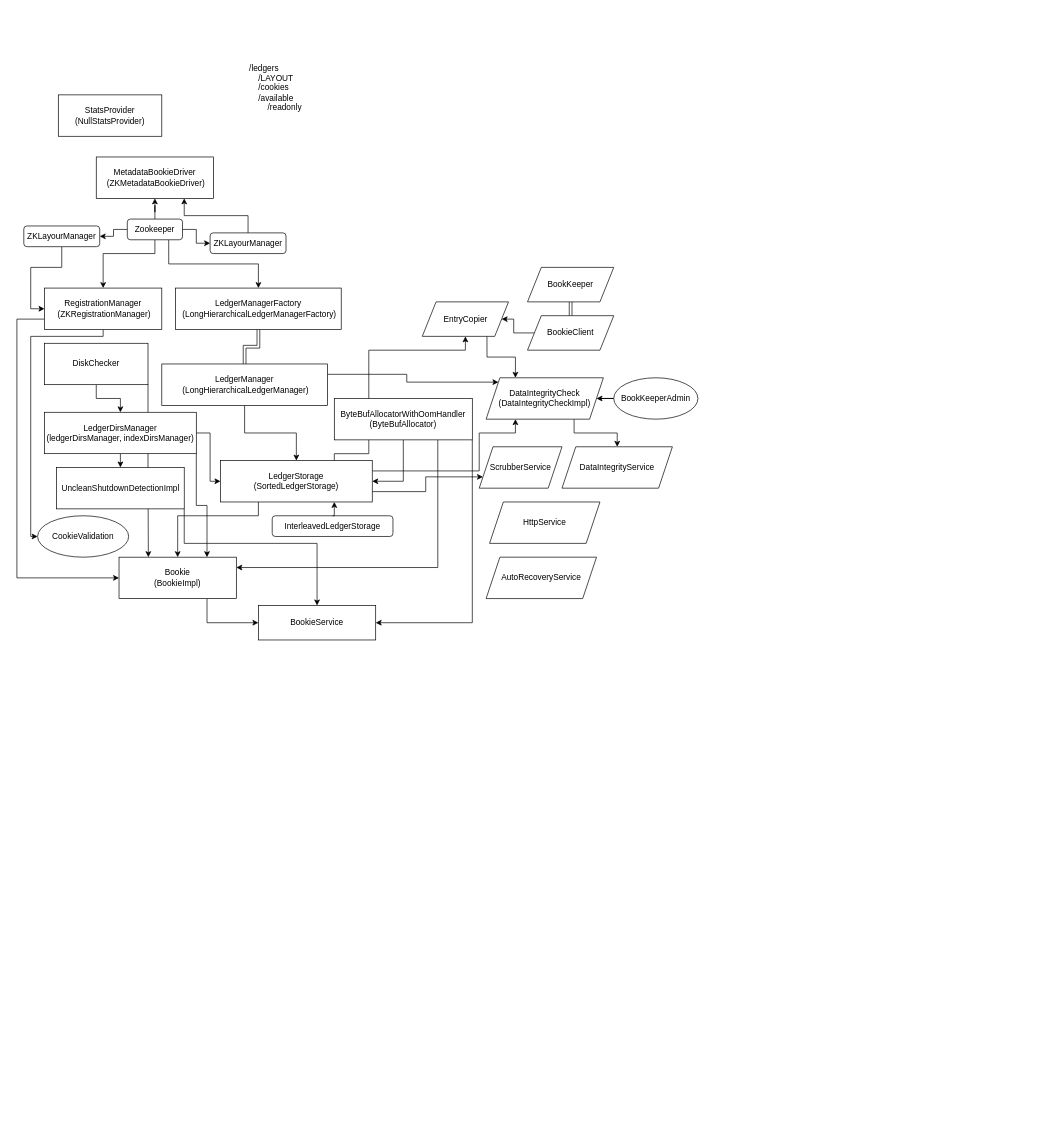
Above: BookieServer.drawio in Reidddddd/drawing (draw.io), before the change. Source tidied: cells renumbered, new cells numbered last; positions are measured from the earlier drawing's top-left corner, leaving out a move shared by most shapes. Both pictures are drawn from the tidied source at 69%, with x=0, y=0 at pixel (17, 12).
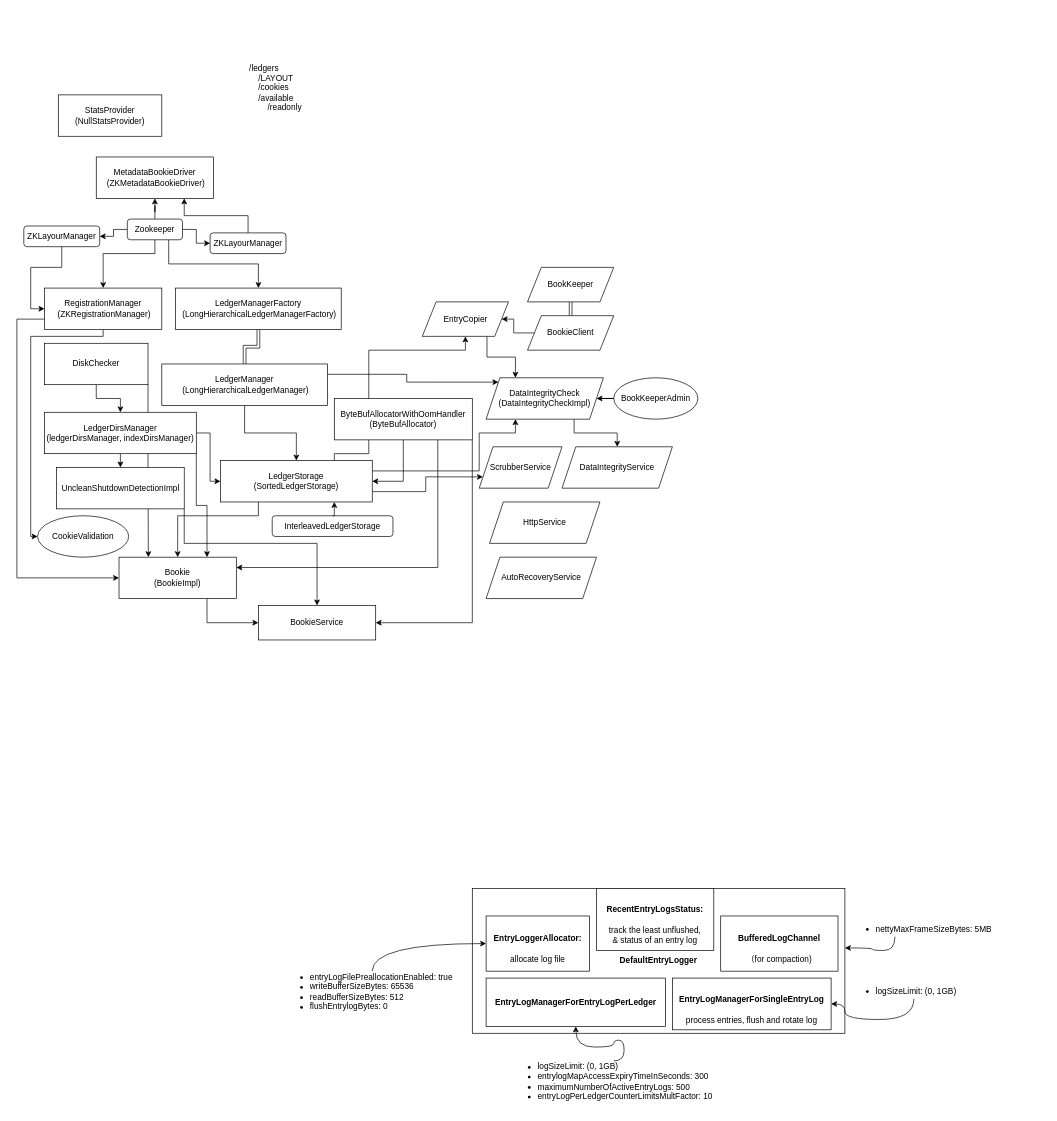
After the change.

Commit message:
Details of DefaultEntryLogger

Change to the diagram source:
```diff
@@
+    <mxCell id="61" value="&lt;h4&gt;DefaultEntryLogger&lt;/h4&gt;" style="rounded=0;whiteSpace=wrap;html=1;" parent="1" vertex="1">
+      <mxGeometry x="660" y="1270" width="540" height="210" as="geometry" />
+    </mxCell>
@@
+    <mxCell id="62" value="&lt;h4&gt;EntryLoggerAllocator:&lt;/h4&gt;allocate log file" style="rounded=0;whiteSpace=wrap;html=1;" parent="1" vertex="1">
+      <mxGeometry x="680" y="1310" width="150" height="80" as="geometry" />
+    </mxCell>
+    <mxCell id="63" style="edgeStyle=orthogonalEdgeStyle;rounded=0;jettySize=auto;html=1;exitX=0.5;exitY=0;exitDx=0;exitDy=0;entryX=0;entryY=0.5;entryDx=0;entryDy=0;curved=1;" parent="1" edge="1" source="64" target="62">
+      <mxGeometry relative="1" as="geometry" />
+    </mxCell>
+    <mxCell id="64" value="&lt;ul style=&quot;border-color: var(--border-color);&quot;&gt;&lt;li style=&quot;border-color: var(--border-color);&quot;&gt;entryLogFilePreallocationEnabled: true&lt;/li&gt;&lt;li style=&quot;border-color: var(--border-color);&quot;&gt;&lt;span style=&quot;border-color: var(--border-color); background-color: initial;&quot;&gt;writeBufferSizeBytes: 65536&lt;/span&gt;&lt;/li&gt;&lt;li style=&quot;border-color: var(--border-color);&quot;&gt;&lt;span style=&quot;border-color: var(--border-color); background-color: initial;&quot;&gt;readBufferSizeBytes: 512&lt;/span&gt;&lt;/li&gt;&lt;li style=&quot;border-color: var(--border-color);&quot;&gt;&lt;span style=&quot;border-color: var(--border-color); background-color: initial;&quot;&gt;flushEntrylogBytes: 0&lt;br&gt;&lt;/span&gt;&lt;/li&gt;&lt;/ul&gt;" style="text;html=1;strokeColor=none;fillColor=none;spacing=5;spacingTop=-20;whiteSpace=wrap;overflow=hidden;rounded=0;" parent="1" vertex="1">
+      <mxGeometry x="380" y="1390" width="270" height="60" as="geometry" />
+    </mxCell>
+    <mxCell id="65" value="&lt;h4 style=&quot;text-align: left;&quot;&gt;RecentEntryLogsStatus:&lt;/h4&gt;track the least unflushed,&lt;br&gt;&amp;amp; status of an entry log" style="rounded=0;whiteSpace=wrap;html=1;" parent="1" vertex="1">
+      <mxGeometry x="840" y="1270" width="170" height="90" as="geometry" />
+    </mxCell>
+    <mxCell id="66" value="&lt;h4&gt;BufferedLogChannel&lt;/h4&gt;&lt;div&gt;（for compaction)&lt;/div&gt;" style="rounded=0;whiteSpace=wrap;html=1;" parent="1" vertex="1">
+      <mxGeometry x="1020" y="1310" width="170" height="80" as="geometry" />
+    </mxCell>
+    <mxCell id="67" style="rounded=0;jettySize=auto;html=1;entryX=1;entryY=0.5;entryDx=0;entryDy=0;edgeStyle=orthogonalEdgeStyle;curved=1;exitX=0.5;exitY=1;exitDx=0;exitDy=0;" parent="1" edge="1" source="69" target="68">
+      <mxGeometry relative="1" as="geometry">
+        <Array as="points">
+          <mxPoint x="1300" y="1460" />
+          <mxPoint x="1200" y="1460" />
+          <mxPoint x="1200" y="1438" />
+        </Array>
+      </mxGeometry>
+    </mxCell>
+    <mxCell id="68" value="&lt;h4&gt;EntryLogManagerForSingleEntryLog&lt;/h4&gt;&lt;div&gt;process entries, flush and rotate log&lt;/div&gt;" style="rounded=0;whiteSpace=wrap;html=1;" parent="1" vertex="1">
+      <mxGeometry x="950" y="1400" width="230" height="75" as="geometry" />
+    </mxCell>
+    <mxCell id="69" value="&lt;ul style=&quot;border-color: var(--border-color);&quot;&gt;&lt;li style=&quot;border-color: var(--border-color);&quot;&gt;logSizeLimit: (0, 1GB)&lt;/li&gt;&lt;/ul&gt;" style="text;html=1;strokeColor=none;fillColor=none;spacing=5;spacingTop=-20;whiteSpace=wrap;overflow=hidden;rounded=0;" parent="1" vertex="1">
+      <mxGeometry x="1200" y="1410" width="200" height="20" as="geometry" />
+    </mxCell>
+    <mxCell id="70" style="rounded=0;jettySize=auto;html=1;entryX=0.5;entryY=1;entryDx=0;entryDy=0;edgeStyle=orthogonalEdgeStyle;curved=1;exitX=0.5;exitY=0;exitDx=0;exitDy=0;" parent="1" edge="1" source="72" target="71">
+      <mxGeometry relative="1" as="geometry">
+        <Array as="points">
+          <mxPoint x="880" y="1520" />
+          <mxPoint x="880" y="1490" />
+          <mxPoint x="865" y="1490" />
+          <mxPoint x="865" y="1500" />
+          <mxPoint x="810" y="1500" />
+        </Array>
+      </mxGeometry>
+    </mxCell>
+    <mxCell id="71" value="&lt;h4&gt;EntryLogManagerForEntryLogPerLedger&lt;/h4&gt;" style="rounded=0;whiteSpace=wrap;html=1;" parent="1" vertex="1">
+      <mxGeometry x="680" y="1400" width="260" height="70" as="geometry" />
+    </mxCell>
+    <mxCell id="72" value="&lt;ul style=&quot;border-color: var(--border-color);&quot;&gt;&lt;li style=&quot;border-color: var(--border-color);&quot;&gt;logSizeLimit: (0, 1GB)&lt;/li&gt;&lt;li style=&quot;border-color: var(--border-color);&quot;&gt;entrylogMapAccessExpiryTimeInSeconds: 300&lt;br&gt;&lt;/li&gt;&lt;li style=&quot;border-color: var(--border-color);&quot;&gt;maximumNumberOfActiveEntryLogs: 500&lt;br&gt;&lt;/li&gt;&lt;li style=&quot;border-color: var(--border-color);&quot;&gt;entryLogPerLedgerCounterLimitsMultFactor: 10&lt;/li&gt;&lt;/ul&gt;" style="text;html=1;strokeColor=none;fillColor=none;spacing=5;spacingTop=-20;whiteSpace=wrap;overflow=hidden;rounded=0;" parent="1" vertex="1">
+      <mxGeometry x="710" y="1520" width="310" height="70" as="geometry" />
+    </mxCell>
+    <mxCell id="73" value="&lt;ul style=&quot;border-color: var(--border-color);&quot;&gt;&lt;li style=&quot;border-color: var(--border-color);&quot;&gt;nettyMaxFrameSizeBytes: 5MB&lt;/li&gt;&lt;/ul&gt;" style="text;html=1;strokeColor=none;fillColor=none;spacing=5;spacingTop=-20;whiteSpace=wrap;overflow=hidden;rounded=0;" parent="1" vertex="1">
+      <mxGeometry x="1200" y="1320" width="290" height="20" as="geometry" />
+    </mxCell>
+    <mxCell id="74" style="rounded=0;jettySize=auto;html=1;entryX=1;entryY=0.411;entryDx=0;entryDy=0;edgeStyle=orthogonalEdgeStyle;curved=1;exitX=0.25;exitY=1;exitDx=0;exitDy=0;entryPerimeter=0;" parent="1" edge="1" source="73" target="61">
+      <mxGeometry relative="1" as="geometry">
+        <Array as="points">
+          <mxPoint x="1273" y="1360" />
+          <mxPoint x="1240" y="1360" />
+          <mxPoint x="1240" y="1356" />
+        </Array>
+      </mxGeometry>
+    </mxCell>
+    <mxCell id="75" style="edgeStyle=none;rounded=0;orthogonalLoop=1;jettySize=auto;html=1;exitX=0.5;exitY=0;exitDx=0;exitDy=0;" parent="1" edge="1" source="61" target="61">
+      <mxGeometry relative="1" as="geometry" />
+    </mxCell>
```
